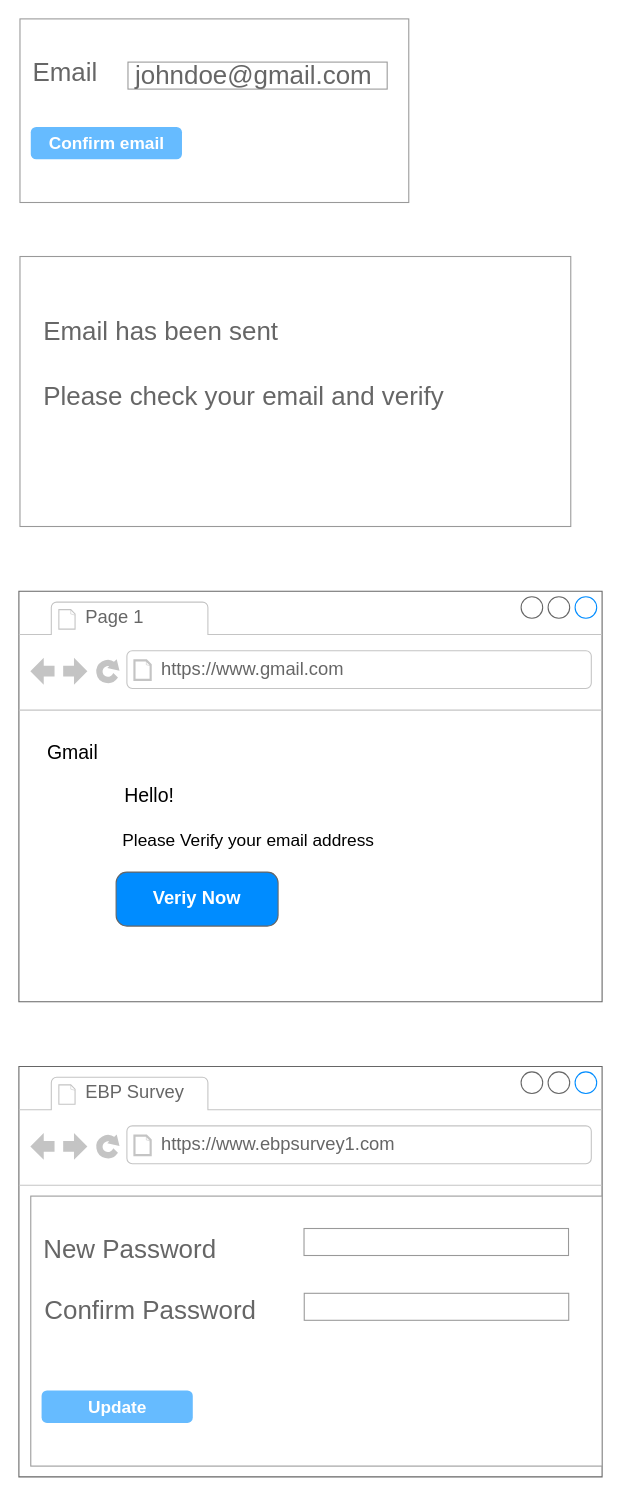
Before: Untitled Diagram.drawio in KyawKyawLinConnetis/vue_router, a draw.io diagram. Source tidied: cells renumbered, new cells numbered last; positions are measured from the earlier drawing's top-left corner, leaving out a move shared by most shapes. Both pictures are drawn from the tidied source at 108%, with x=0, y=0 at pixel (18, 18).
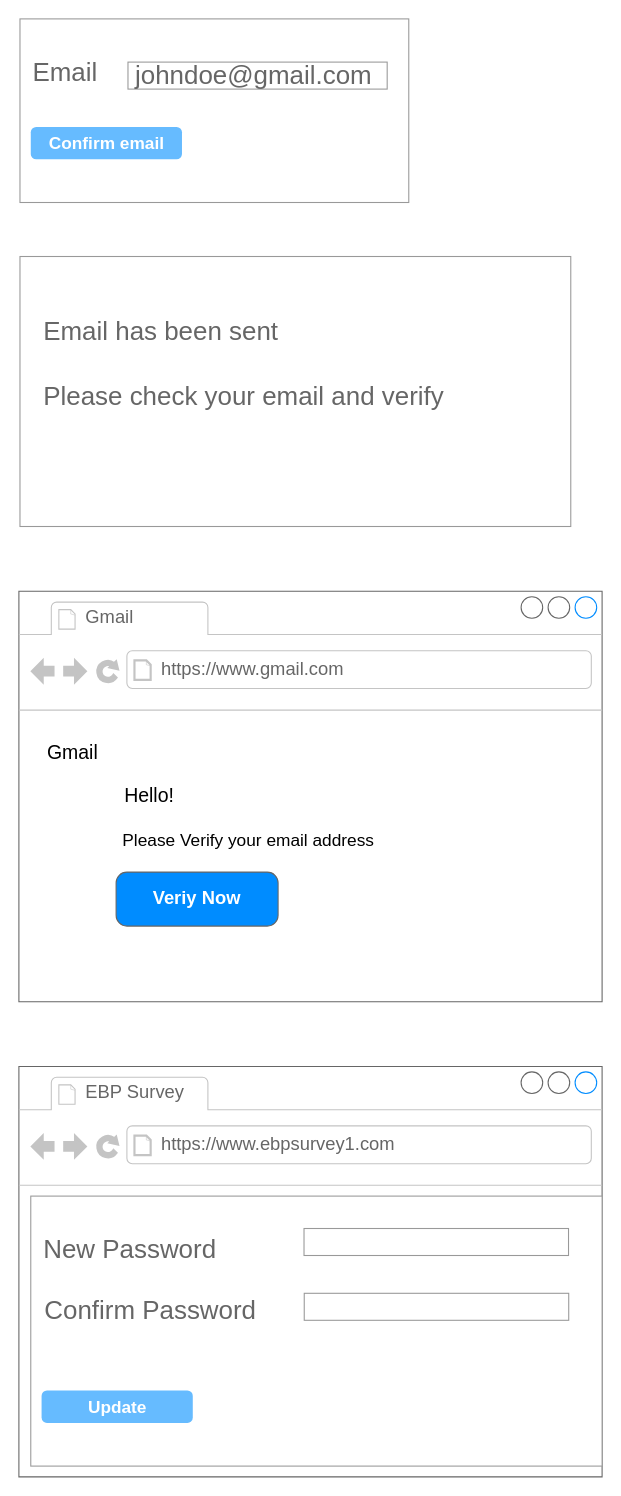
After the change.

The change refers to these unchanged cells:
```xml
<mxCell id="11" value="&lt;font size=&quot;3&quot;&gt;&lt;br&gt;&lt;br&gt;&lt;/font&gt;" style="strokeWidth=1;shadow=0;dashed=0;align=center;html=1;shape=mxgraph.mockup.containers.browserWindow;rSize=0;strokeColor=#666666;strokeColor2=#008cff;strokeColor3=#c4c4c4;mainText=,;" parent="1" vertex="1">
  <mxGeometry y="530" width="540" height="380" as="geometry" />
</mxCell>
```

Diff of the diagram source:
```diff
@@
-    <mxCell id="12" value="Page 1" style="strokeWidth=1;shadow=0;dashed=0;align=center;html=1;shape=mxgraph.mockup.containers.anchor;fontSize=17;fontColor=#666666;align=left;" parent="11" vertex="1">
+    <mxCell id="12" value="Gmail" style="strokeWidth=1;shadow=0;dashed=0;align=center;html=1;shape=mxgraph.mockup.containers.anchor;fontSize=17;fontColor=#666666;align=left;" parent="11" vertex="1">
       <mxGeometry x="60" y="12" width="110" height="26" as="geometry" />
     </mxCell>
```
